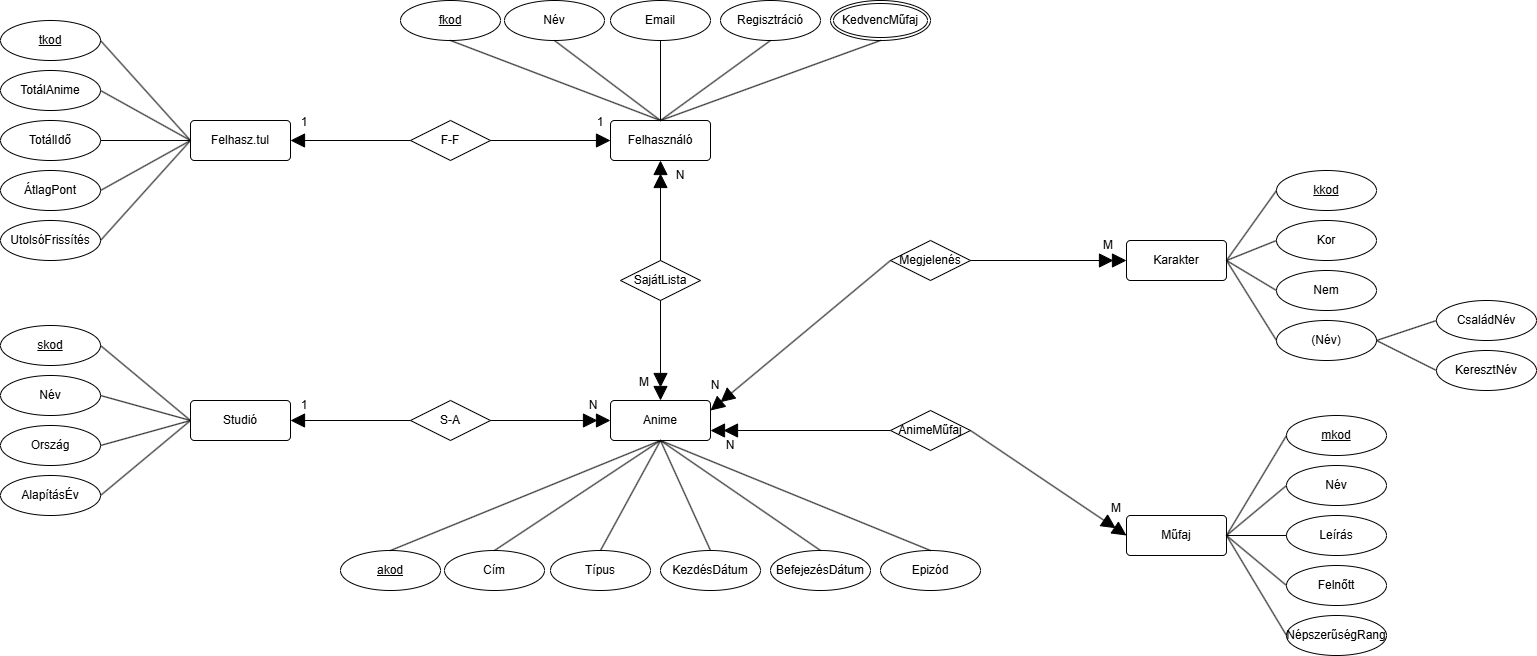
Earlier version of the draw.io export XVG56E_XMLTask/XVG56E_ER.drawio.png (LorincAkos/XVG56EWebXML). Source tidied: cells renumbered, new cells last; positions are measured from the earlier drawing's top-left corner, leaving out a move shared by most shapes.
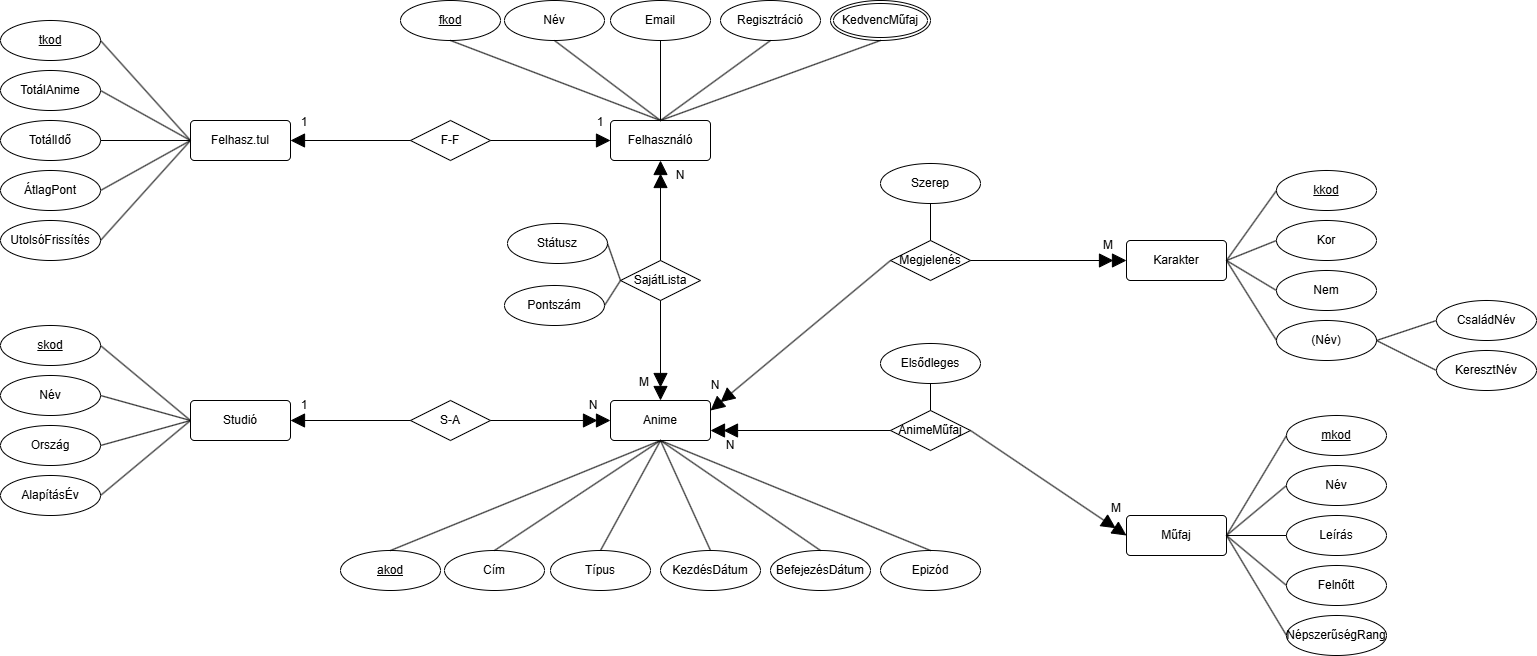
After the change.

Commit message:
ER correction part2

Diff of the diagram source:
```diff
@@ -281,5 +281,29 @@
     <mxCell id="94" value="&lt;font style=&quot;color: light-dark(rgb(0, 0, 0), rgb(0, 0, 0));&quot;&gt;M&lt;/font&gt;" style="text;html=1;whiteSpace=wrap;strokeColor=none;fillColor=none;align=center;verticalAlign=middle;rounded=0;" parent="1" vertex="1">
       <mxGeometry x="614" y="367" width="60" height="30" as="geometry" />
     </mxCell>
+    <mxCell id="95" value="Státusz" style="ellipse;whiteSpace=wrap;html=1;align=center;fillColor=light-dark(#FFFFFF,#FFFFFF);strokeColor=light-dark(#000000,#000000);fontColor=light-dark(#000000,#000000);" parent="1" vertex="1">
+      <mxGeometry x="507" y="223" width="100" height="40" as="geometry" />
+    </mxCell>
+    <mxCell id="96" value="Pontszám" style="ellipse;whiteSpace=wrap;html=1;align=center;fillColor=light-dark(#FFFFFF,#FFFFFF);strokeColor=light-dark(#000000,#000000);fontColor=light-dark(#000000,#000000);" parent="1" vertex="1">
+      <mxGeometry x="504" y="285" width="100" height="40" as="geometry" />
+    </mxCell>
+    <mxCell id="97" value="Szerep" style="ellipse;whiteSpace=wrap;html=1;align=center;fillColor=light-dark(#FFFFFF,#FFFFFF);strokeColor=light-dark(#000000,#000000);fontColor=light-dark(#000000,#000000);" parent="1" vertex="1">
+      <mxGeometry x="880" y="163" width="100" height="40" as="geometry" />
+    </mxCell>
+    <mxCell id="98" value="Elsődleges" style="ellipse;whiteSpace=wrap;html=1;align=center;fillColor=light-dark(#FFFFFF,#FFFFFF);strokeColor=light-dark(#000000,#000000);fontColor=light-dark(#000000,#000000);" parent="1" vertex="1">
+      <mxGeometry x="880" y="343" width="100" height="40" as="geometry" />
+    </mxCell>
+    <mxCell id="99" style="endArrow=none;html=1;rounded=0;exitX=0;exitY=0.5;exitDx=0;exitDy=0;strokeColor=light-dark(#000000,#000000);entryX=1;entryY=0.5;entryDx=0;entryDy=0;" parent="1" edge="1" source="17" target="95">
+      <mxGeometry relative="1" as="geometry" />
+    </mxCell>
+    <mxCell id="100" style="endArrow=none;html=1;rounded=0;exitX=0;exitY=0.5;exitDx=0;exitDy=0;strokeColor=light-dark(#000000,#000000);entryX=1;entryY=0.5;entryDx=0;entryDy=0;" parent="1" edge="1" source="17" target="96">
+      <mxGeometry relative="1" as="geometry" />
+    </mxCell>
+    <mxCell id="101" style="endArrow=none;html=1;rounded=0;exitX=0.5;exitY=1;exitDx=0;exitDy=0;strokeColor=light-dark(#000000,#000000);entryX=0.5;entryY=0;entryDx=0;entryDy=0;" parent="1" edge="1" source="97" target="20">
+      <mxGeometry relative="1" as="geometry" />
+    </mxCell>
+    <mxCell id="102" style="endArrow=none;html=1;rounded=0;exitX=0.5;exitY=1;exitDx=0;exitDy=0;strokeColor=light-dark(#000000,#000000);entryX=0.5;entryY=0;entryDx=0;entryDy=0;" parent="1" edge="1" source="98" target="21">
+      <mxGeometry relative="1" as="geometry" />
+    </mxCell>
   </root>
 </mxGraphModel>
```
